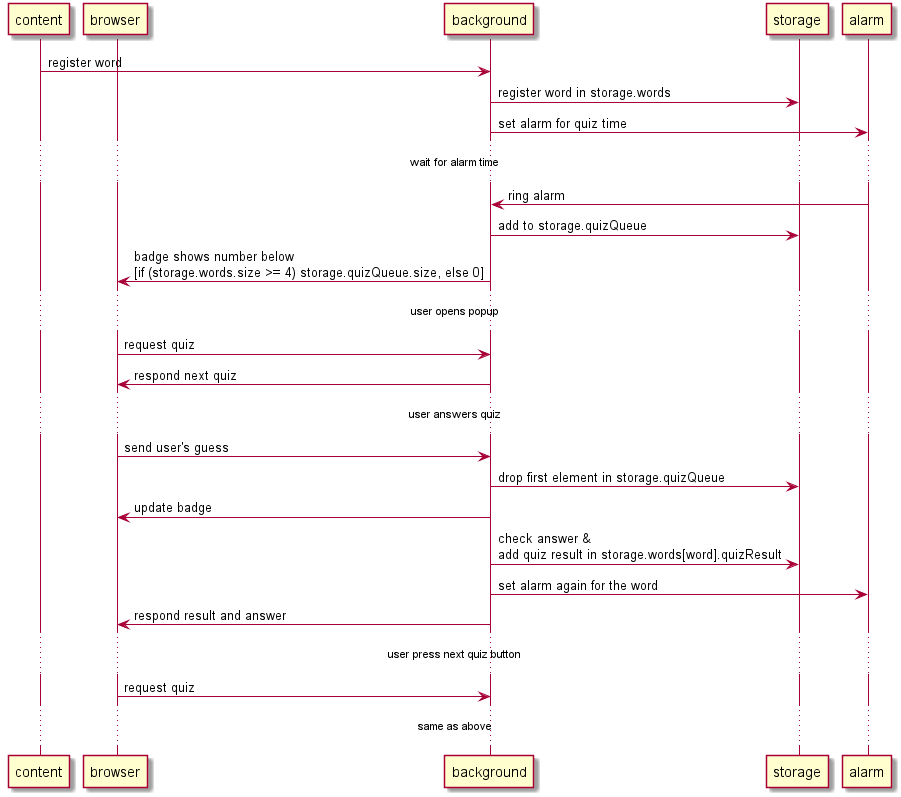
The PlantUML diagram background/sequence.png in konohiroaki/quiz-for-autogenerated-vocabulary-list, before a commit.
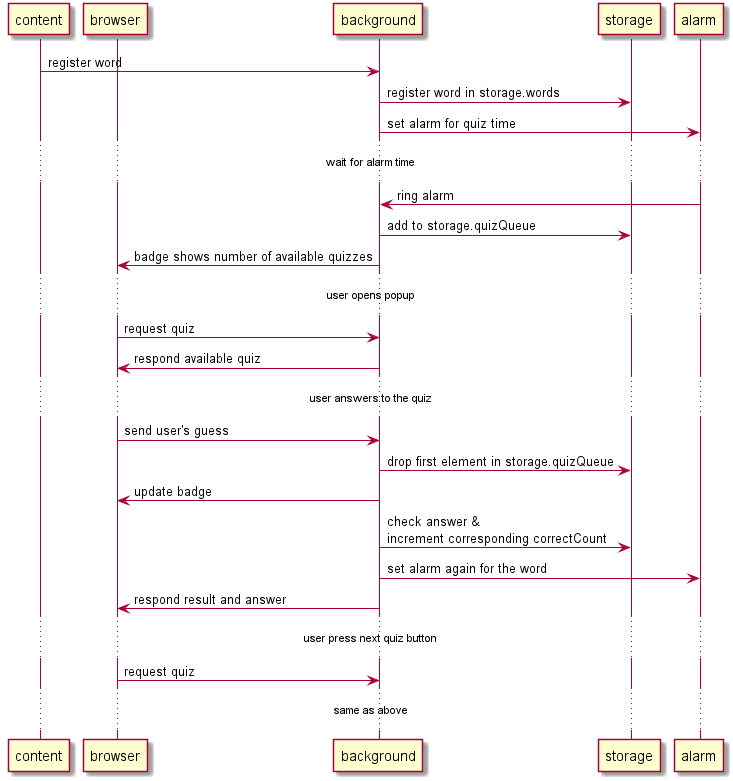
After the change.

Commit message:
update sequence diagram

What changed in the source:
```diff
@@ -11,15 +11,15 @@
 ...wait for alarm time...
 alarm-> background: ring alarm
 background->storage: add to storage.quizQueue
-background->browser: badge shows number below\n[if (storage.words.size >= 4) storage.quizQueue.size, else 0]
+background->browser: badge shows number of available quizzes
 ...user opens popup...
 browser->background: request quiz
-background->browser: respond next quiz
-...user answers quiz...
+background->browser: respond available quiz
+...user answers to the quiz...
 browser->background: send user's guess
 background->storage: drop first element in storage.quizQueue
 background->browser: update badge
-background->storage: check answer &\nadd quiz result in storage.words[word].quizResult
+background->storage: check answer &\nincrement corresponding correctCount
 background->alarm: set alarm again for the word
 background->browser: respond result and answer
 ...user press next quiz button...
```
